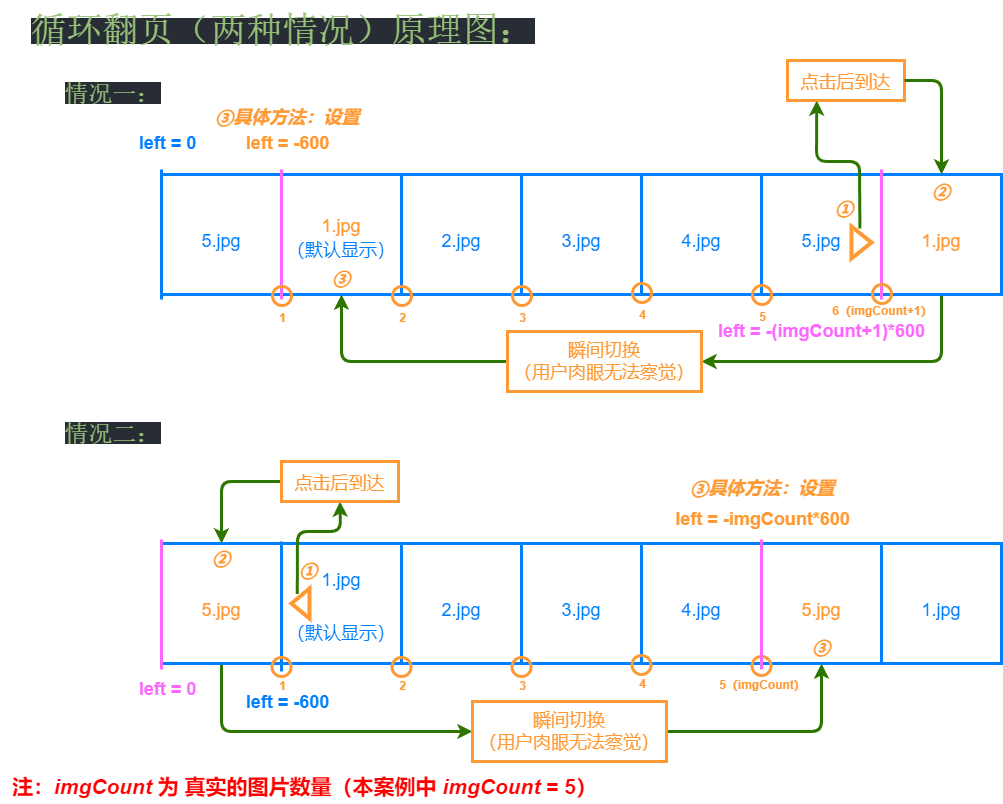
Earlier version of the draw.io export src/jQuery/img/26_carousel.drawio.png (QuestionMark001/WebEx). Source tidied: cells renumbered, new cells last; positions are measured from the earlier drawing's top-left corner, leaving out a move shared by most shapes.
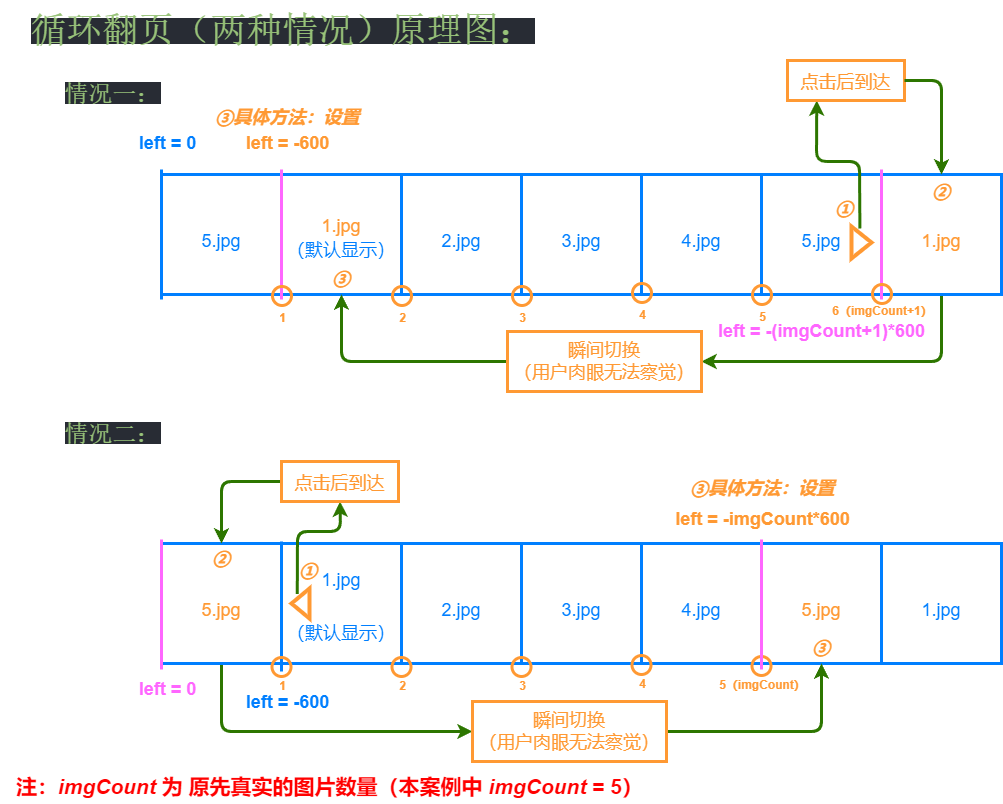
Above is the later version.

Commit message:
Updated legend for TODO2

The edit, as a diff of the source:
```diff
@@ -276,8 +276,8 @@
     <mxCell id="74" value="&lt;font style=&quot;font-size: 18px;&quot;&gt;&lt;i style=&quot;&quot;&gt;③具体方法：设置&lt;/i&gt;&lt;/font&gt;" style="text;strokeColor=none;fillColor=none;html=1;fontSize=24;fontStyle=1;verticalAlign=middle;align=center;strokeWidth=3;fontColor=#FF9933;" parent="1" vertex="1">
       <mxGeometry x="688.5" y="471" width="145" height="30" as="geometry" />
     </mxCell>
-    <mxCell id="75" value="&lt;font style=&quot;font-size: 21px;&quot; color=&quot;#ff0000&quot;&gt;注：&lt;i&gt;imgCount&lt;/i&gt; 为 真实的图片数量（本案例中&amp;nbsp;&lt;/font&gt;&lt;i style=&quot;color: rgb(255, 0, 0); font-size: 21px;&quot;&gt;imgCount&lt;/i&gt;&lt;span style=&quot;color: rgb(255, 0, 0); font-size: 21px;&quot;&gt;&amp;nbsp;= 5&lt;/span&gt;&lt;font style=&quot;font-size: 21px;&quot; color=&quot;#ff0000&quot;&gt;）&lt;/font&gt;" style="text;strokeColor=none;fillColor=none;html=1;fontSize=24;fontStyle=1;verticalAlign=middle;align=center;strokeWidth=4;fontColor=#FF9933;" parent="1" vertex="1">
-      <mxGeometry x="0.5" y="771" width="605.5" height="30" as="geometry" />
+    <mxCell id="75" value="&lt;font style=&quot;font-size: 21px;&quot; color=&quot;#ff0000&quot;&gt;注：&lt;i&gt;imgCount&lt;/i&gt; 为 原先真实的图片数量（本案例中&amp;nbsp;&lt;/font&gt;&lt;i style=&quot;color: rgb(255, 0, 0); font-size: 21px;&quot;&gt;imgCount&lt;/i&gt;&lt;span style=&quot;color: rgb(255, 0, 0); font-size: 21px;&quot;&gt;&amp;nbsp;= 5&lt;/span&gt;&lt;font style=&quot;font-size: 21px;&quot; color=&quot;#ff0000&quot;&gt;）&lt;/font&gt;" style="text;strokeColor=none;fillColor=none;html=1;fontSize=24;fontStyle=1;verticalAlign=middle;align=center;strokeWidth=4;fontColor=#FF9933;" parent="1" vertex="1">
+      <mxGeometry x="0.5" y="771" width="655.5" height="30" as="geometry" />
     </mxCell>
   </root>
 </mxGraphModel>
```
